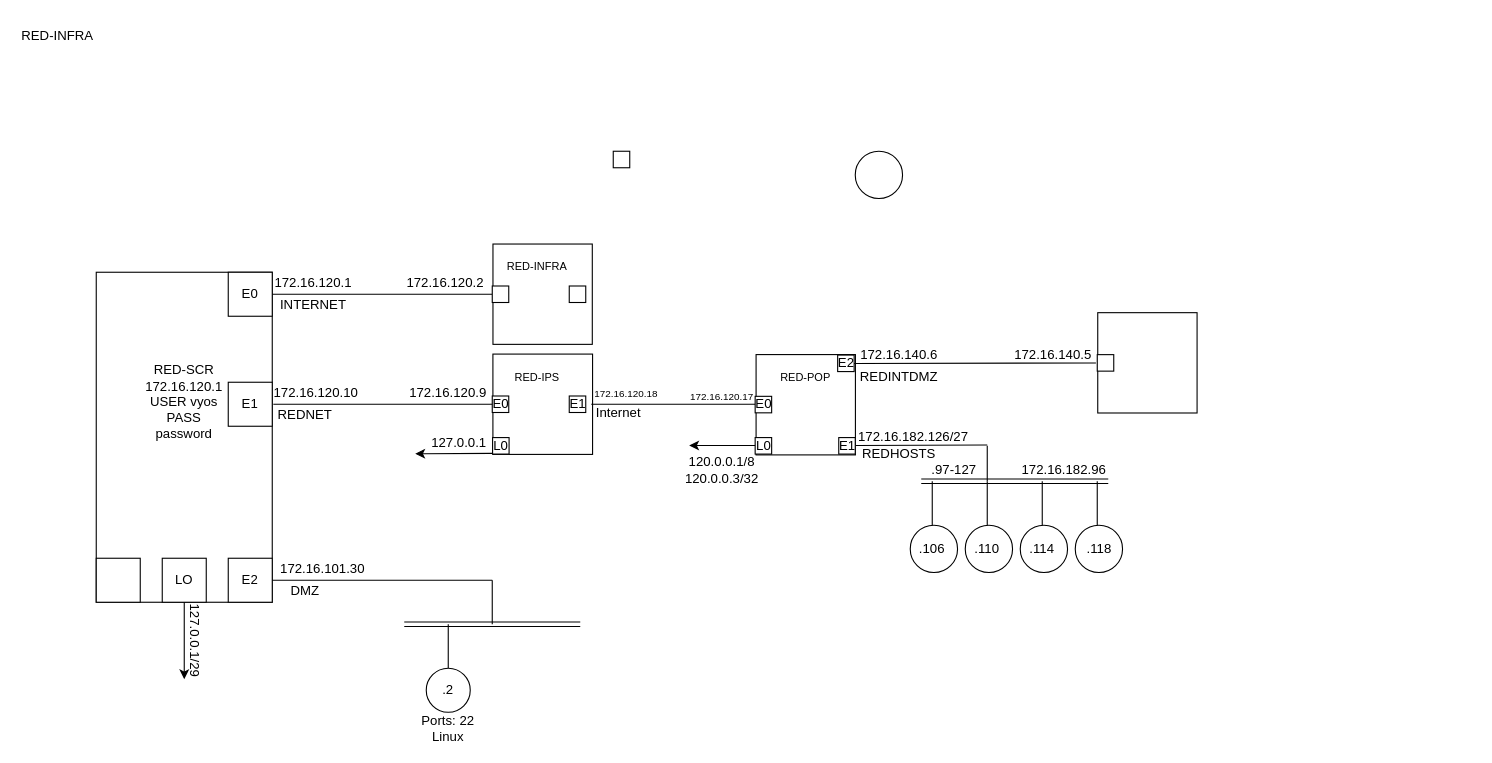
This is NETWORKMAP.drawio from BehindThou/Networking-Notes, a draw.io file, before an edit. Source tidied: cells renumbered, new cells numbered last; positions are measured from the earlier drawing's top-left corner, leaving out a move shared by most shapes. Both pictures are drawn from the tidied source at 110%, with x=0, y=0 at pixel (19, 19).
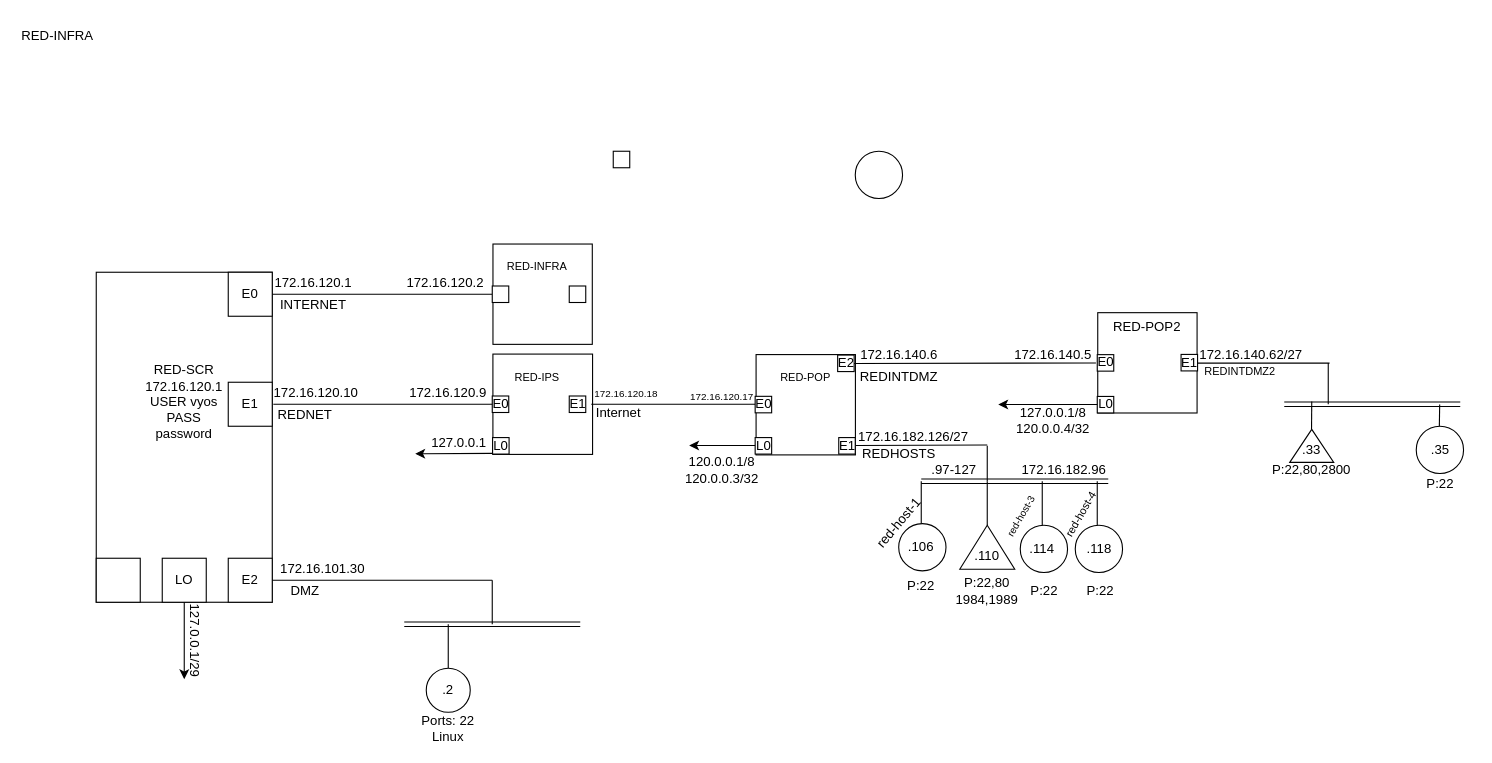
Above is the later version.

The edit, as a diff of the source:
```diff
@@
     <mxCell id="76" style="endArrow=none;html=1;rounded=0;" parent="1" edge="1">
       <mxGeometry relative="1" as="geometry">
-        <mxPoint x="830" y="460" as="sourcePoint" />
-        <mxPoint x="830" y="420" as="targetPoint" />
+        <mxPoint x="820" y="460" as="sourcePoint" />
+        <mxPoint x="820" y="420" as="targetPoint" />
       </mxGeometry>
     </mxCell>
@@
     <mxCell id="81" style="ellipse;whiteSpace=wrap;html=1;" parent="1" vertex="1">
-      <mxGeometry x="810" y="460" width="43" height="43" as="geometry" />
+      <mxGeometry x="799.5" y="458.5" width="43" height="43" as="geometry" />
     </mxCell>
-    <mxCell id="82" style="ellipse;whiteSpace=wrap;html=1;" parent="1" vertex="1">
-      <mxGeometry x="860" y="460" width="43" height="43" as="geometry" />
-    </mxCell>
@@
     <mxCell id="85" value=".106" style="text;html=1;align=center;verticalAlign=middle;whiteSpace=wrap;rounded=0;" parent="1" vertex="1">
-      <mxGeometry x="800" y="466.5" width="60" height="30" as="geometry" />
+      <mxGeometry x="790" y="465" width="60" height="30" as="geometry" />
     </mxCell>
-    <mxCell id="86" value=".110" style="text;html=1;align=center;verticalAlign=middle;whiteSpace=wrap;rounded=0;" parent="1" vertex="1">
-      <mxGeometry x="850" y="466.5" width="60" height="30" as="geometry" />
-    </mxCell>
@@
+    <mxCell id="89" style="whiteSpace=wrap;html=1;" parent="1" vertex="1">
+      <mxGeometry x="1056.2" y="304.7" width="15" height="15" as="geometry" />
+    </mxCell>
+    <mxCell id="90" value="P:22" style="text;html=1;align=center;verticalAlign=middle;whiteSpace=wrap;rounded=0;" parent="1" vertex="1">
+      <mxGeometry x="790" y="500" width="60" height="30" as="geometry" />
+    </mxCell>
+    <mxCell id="91" value="P:22,80&lt;div&gt;1984,1989&lt;/div&gt;" style="text;html=1;align=center;verticalAlign=middle;whiteSpace=wrap;rounded=0;" parent="1" vertex="1">
+      <mxGeometry x="850" y="505" width="60" height="30" as="geometry" />
+    </mxCell>
+    <mxCell id="92" value="P:22" style="text;html=1;align=center;verticalAlign=middle;whiteSpace=wrap;rounded=0;" parent="1" vertex="1">
+      <mxGeometry x="902" y="505" width="60" height="30" as="geometry" />
+    </mxCell>
+    <mxCell id="93" value="P:22" style="text;html=1;align=center;verticalAlign=middle;whiteSpace=wrap;rounded=0;" parent="1" vertex="1">
+      <mxGeometry x="953" y="505" width="60" height="30" as="geometry" />
+    </mxCell>
+    <mxCell id="94" style="triangle;whiteSpace=wrap;html=1;rotation=-90;" parent="1" vertex="1">
+      <mxGeometry x="860" y="455" width="40" height="50" as="geometry" />
+    </mxCell>
+    <mxCell id="86" value=".110" style="text;html=1;align=center;verticalAlign=middle;whiteSpace=wrap;rounded=0;" parent="1" vertex="1">
+      <mxGeometry x="850" y="473" width="60" height="30" as="geometry" />
+    </mxCell>
+    <mxCell id="95" value="red-host-1" style="text;html=1;align=center;verticalAlign=middle;whiteSpace=wrap;rounded=0;rotation=-50;" parent="1" vertex="1">
+      <mxGeometry x="770" y="443" width="60" height="30" as="geometry" />
+    </mxCell>
+    <mxCell id="96" value="&lt;font style=&quot;font-size: 10px;&quot;&gt;red-host-4&lt;/font&gt;" style="text;html=1;align=center;verticalAlign=middle;whiteSpace=wrap;rounded=0;rotation=-60;" parent="1" vertex="1">
+      <mxGeometry x="935" y="435" width="60" height="30" as="geometry" />
+    </mxCell>
+    <mxCell id="97" value="&lt;font style=&quot;font-size: 9px;&quot;&gt;red-host-3&lt;/font&gt;" style="text;html=1;align=center;verticalAlign=middle;whiteSpace=wrap;rounded=0;rotation=-60;" parent="1" vertex="1">
+      <mxGeometry x="880" y="436.5" width="60" height="30" as="geometry" />
+    </mxCell>
+    <mxCell id="98" value="RED-POP2" style="text;html=1;align=center;verticalAlign=middle;whiteSpace=wrap;rounded=0;" parent="1" vertex="1">
+      <mxGeometry x="989.1" y="265.1" width="73" height="30" as="geometry" />
+    </mxCell>
+    <mxCell id="99" value="E0" style="text;html=1;align=center;verticalAlign=middle;whiteSpace=wrap;rounded=0;" parent="1" vertex="1">
+      <mxGeometry x="957.5" y="297.2" width="60" height="30" as="geometry" />
+    </mxCell>
+    <mxCell id="100" value="E1" style="text;html=1;align=center;verticalAlign=middle;whiteSpace=wrap;rounded=0;" parent="1" vertex="1">
+      <mxGeometry x="1033.7" y="297.8" width="60" height="30" as="geometry" />
+    </mxCell>
+    <mxCell id="101" style="whiteSpace=wrap;html=1;" parent="1" vertex="1">
+      <mxGeometry x="980" y="342.9" width="15" height="15" as="geometry" />
+    </mxCell>
+    <mxCell id="102" value="L0" style="text;html=1;align=center;verticalAlign=middle;whiteSpace=wrap;rounded=0;" parent="1" vertex="1">
+      <mxGeometry x="957.5" y="335.4" width="60" height="30" as="geometry" />
+    </mxCell>
+    <mxCell id="103" style="endArrow=classic;html=1;rounded=0;" parent="1" edge="1">
+      <mxGeometry relative="1" as="geometry">
+        <mxPoint x="980" y="350.2" as="sourcePoint" />
+        <mxPoint x="890" y="350.2" as="targetPoint" />
+      </mxGeometry>
+    </mxCell>
+    <mxCell id="104" value="127.0.0.1/8&lt;div&gt;120.0.0.4/32&lt;/div&gt;" style="text;html=1;align=center;verticalAlign=middle;whiteSpace=wrap;rounded=0;" parent="1" vertex="1">
+      <mxGeometry x="910" y="350.3" width="60" height="30" as="geometry" />
+    </mxCell>
+    <mxCell id="105" style="endArrow=none;html=1;rounded=0;" parent="1" edge="1">
+      <mxGeometry relative="1" as="geometry">
+        <mxPoint x="1071.2" y="312.6" as="sourcePoint" />
+        <mxPoint x="1191.2" y="312.6" as="targetPoint" />
+      </mxGeometry>
+    </mxCell>
+    <mxCell id="106" value="&lt;font style=&quot;font-size: 10px;&quot;&gt;REDINTDMZ2&lt;/font&gt;" style="text;html=1;align=center;verticalAlign=middle;whiteSpace=wrap;rounded=0;" parent="1" vertex="1">
+      <mxGeometry x="1080" y="305" width="60" height="30" as="geometry" />
+    </mxCell>
+    <mxCell id="107" value="172.16.140.62/27" style="text;html=1;align=center;verticalAlign=middle;whiteSpace=wrap;rounded=0;" parent="1" vertex="1">
+      <mxGeometry x="1090" y="289.7" width="60" height="30" as="geometry" />
+    </mxCell>
+    <mxCell id="108" style="shape=link;html=1;rounded=0;" parent="1" edge="1">
+      <mxGeometry relative="1" as="geometry">
+        <mxPoint x="1150" y="350" as="sourcePoint" />
+        <mxPoint x="1310" y="350" as="targetPoint" />
+      </mxGeometry>
+    </mxCell>
+    <mxCell id="109" style="endArrow=none;html=1;rounded=0;" parent="1" edge="1">
+      <mxGeometry relative="1" as="geometry">
+        <mxPoint x="1190" y="350" as="sourcePoint" />
+        <mxPoint x="1190" y="312.5" as="targetPoint" />
+      </mxGeometry>
+    </mxCell>
+    <mxCell id="110" style="ellipse;whiteSpace=wrap;html=1;" parent="1" vertex="1">
+      <mxGeometry x="1270" y="370" width="43" height="43" as="geometry" />
+    </mxCell>
+    <mxCell id="111" style="endArrow=none;html=1;rounded=0;" parent="1" edge="1">
+      <mxGeometry relative="1" as="geometry">
+        <mxPoint x="1174.8" y="372.5" as="sourcePoint" />
+        <mxPoint x="1175" y="347.5" as="targetPoint" />
+      </mxGeometry>
+    </mxCell>
+    <mxCell id="112" style="endArrow=none;html=1;rounded=0;" parent="1" edge="1">
+      <mxGeometry relative="1" as="geometry">
+        <mxPoint x="1291" y="370" as="sourcePoint" />
+        <mxPoint x="1291.3" y="350.3" as="targetPoint" />
+      </mxGeometry>
+    </mxCell>
+    <mxCell id="113" style="triangle;whiteSpace=wrap;html=1;rotation=-90;" parent="1" vertex="1">
+      <mxGeometry x="1160" y="367.8" width="30" height="40" as="geometry" />
+    </mxCell>
+    <mxCell id="114" value=".33" style="text;html=1;align=center;verticalAlign=middle;whiteSpace=wrap;rounded=0;" parent="1" vertex="1">
+      <mxGeometry x="1145" y="376.5" width="60" height="30" as="geometry" />
+    </mxCell>
+    <mxCell id="115" value="P:22,80,2800" style="text;html=1;align=center;verticalAlign=middle;whiteSpace=wrap;rounded=0;" parent="1" vertex="1">
+      <mxGeometry x="1145" y="395.3" width="60" height="30" as="geometry" />
+    </mxCell>
+    <mxCell id="116" value=".35" style="text;html=1;align=center;verticalAlign=middle;whiteSpace=wrap;rounded=0;" parent="1" vertex="1">
+      <mxGeometry x="1262" y="377" width="60" height="30" as="geometry" />
+    </mxCell>
+    <mxCell id="117" value="P:22" style="text;html=1;align=center;verticalAlign=middle;whiteSpace=wrap;rounded=0;" parent="1" vertex="1">
+      <mxGeometry x="1262" y="408" width="60" height="30" as="geometry" />
+    </mxCell>
```
